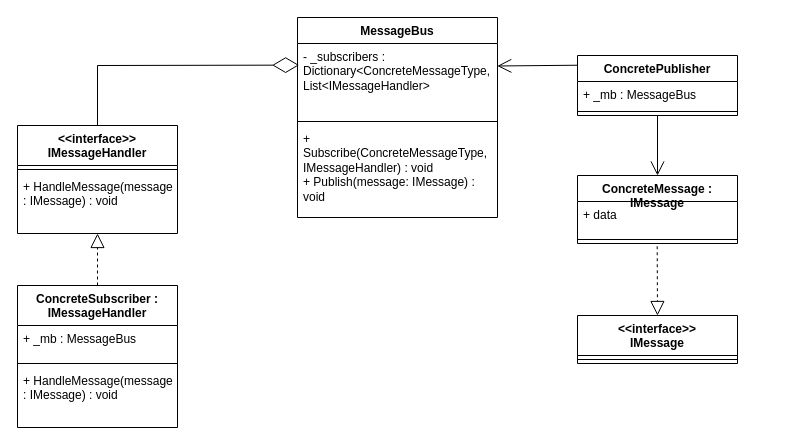
The draw.io diagram page "Generic Class Diagram" (1 of 2) of message_bus_generic_and_examples.drawio in peterma-git/SW4SWD-DesignPatternsAssignment-Group16-message-bus-vs-project, before the edit. Source tidied: cells renumbered, new cells numbered last; positions are measured from the earlier drawing's top-left corner, leaving out a move shared by most shapes. Both pictures are drawn from the tidied source at 100%, with x=0, y=0 at pixel (17, 17).
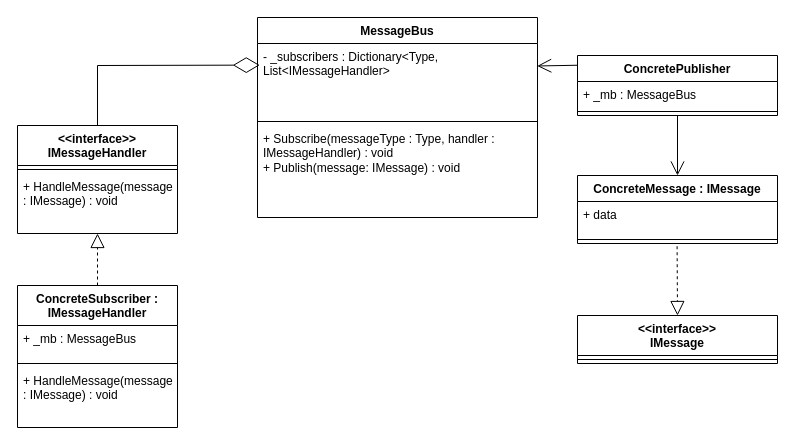
Above is the later version.

Change to the diagram source:
```diff
@@
     <mxCell id="2" value="MessageBus" style="swimlane;fontStyle=1;align=center;verticalAlign=top;horizontal=1;startSize=26;whiteSpace=wrap;html=1;" parent="1" vertex="1">
-      <mxGeometry x="280" width="200" height="200" as="geometry" />
+      <mxGeometry x="240" width="280" height="200" as="geometry" />
     </mxCell>
-    <mxCell id="3" value="- _subscribers : Dictionary&amp;lt;ConcreteMessageType, List&amp;lt;IMessageHandler&amp;gt;&amp;nbsp;" style="text;strokeColor=none;fillColor=none;align=left;verticalAlign=top;spacingLeft=4;spacingRight=4;overflow=hidden;points=[[0,0.5],[1,0.5]];portConstraint=eastwest;whiteSpace=wrap;html=1;" parent="2" vertex="1">
-      <mxGeometry y="26" width="200" height="74" as="geometry" />
+    <mxCell id="3" value="- _subscribers : Dictionary&amp;lt;Type, List&amp;lt;IMessageHandler&amp;gt;&amp;nbsp;" style="text;strokeColor=none;fillColor=none;align=left;verticalAlign=top;spacingLeft=4;spacingRight=4;overflow=hidden;points=[[0,0.5],[1,0.5]];portConstraint=eastwest;whiteSpace=wrap;html=1;" parent="2" vertex="1">
+      <mxGeometry y="26" width="280" height="74" as="geometry" />
     </mxCell>
     <mxCell id="4" style="line;strokeWidth=1;fillColor=none;align=left;verticalAlign=middle;spacingTop=-1;spacingLeft=3;spacingRight=3;labelPosition=right;strokeColor=inherit;labelPerimeter=1;" parent="2" vertex="1">
-      <mxGeometry y="100" width="200" height="8" as="geometry" />
+      <mxGeometry y="100" width="280" height="8" as="geometry" />
     </mxCell>
-    <mxCell id="5" value="&lt;div&gt;+ Subscribe(ConcreteMessageType, IMessageHandler) : void&lt;/div&gt;&lt;div&gt;+ Publish(message: IMessage) : void&lt;/div&gt;" style="text;strokeColor=none;fillColor=none;align=left;verticalAlign=top;spacingLeft=4;spacingRight=4;overflow=hidden;whiteSpace=wrap;html=1;" parent="2" vertex="1">
-      <mxGeometry y="108" width="200" height="92" as="geometry" />
+    <mxCell id="5" value="&lt;div&gt;+ Subscribe(messageType : Type, handler : IMessageHandler) : void&lt;/div&gt;&lt;div&gt;+ Publish(message: IMessage) : void&lt;/div&gt;" style="text;strokeColor=none;fillColor=none;align=left;verticalAlign=top;spacingLeft=4;spacingRight=4;overflow=hidden;whiteSpace=wrap;html=1;" parent="2" vertex="1">
+      <mxGeometry y="108" width="280" height="92" as="geometry" />
     </mxCell>
@@
     <mxCell id="9" value="ConcreteMessage : IMessage" style="swimlane;fontStyle=1;align=center;verticalAlign=top;horizontal=1;startSize=26;whiteSpace=wrap;html=1;" parent="1" vertex="1">
-      <mxGeometry x="560" y="158" width="160" height="68" as="geometry" />
+      <mxGeometry x="560" y="158" width="200" height="68" as="geometry" />
     </mxCell>
     <mxCell id="10" value="&lt;div&gt;&lt;span style=&quot;background-color: transparent; color: light-dark(#000000, var(--ge-light-color, #ffffff));&quot;&gt;+ data&lt;/span&gt;&lt;/div&gt;" style="text;strokeColor=none;fillColor=none;align=left;verticalAlign=top;spacingLeft=4;spacingRight=4;overflow=hidden;whiteSpace=wrap;html=1;" parent="9" vertex="1">
-      <mxGeometry y="26" width="160" height="34" as="geometry" />
+      <mxGeometry y="26" width="200" height="34" as="geometry" />
     </mxCell>
     <mxCell id="11" style="line;strokeWidth=1;fillColor=none;align=left;verticalAlign=middle;spacingTop=-1;spacingLeft=3;spacingRight=3;labelPosition=right;points=[];portConstraint=eastwest;strokeColor=inherit;labelPerimeter=1;" parent="9" vertex="1">
-      <mxGeometry y="60" width="160" height="8" as="geometry" />
+      <mxGeometry y="60" width="200" height="8" as="geometry" />
     </mxCell>
@@
     <mxCell id="17" value="ConcretePublisher" style="swimlane;fontStyle=1;align=center;verticalAlign=top;horizontal=1;startSize=26;whiteSpace=wrap;html=1;" parent="1" vertex="1">
-      <mxGeometry x="560" y="38" width="160" height="60" as="geometry" />
+      <mxGeometry x="560" y="38" width="200" height="60" as="geometry" />
     </mxCell>
     <mxCell id="18" value="+ _mb : MessageBus" style="text;strokeColor=none;fillColor=none;align=left;verticalAlign=top;spacingLeft=4;spacingRight=4;overflow=hidden;whiteSpace=wrap;html=1;" parent="17" vertex="1">
-      <mxGeometry y="26" width="160" height="26" as="geometry" />
+      <mxGeometry y="26" width="200" height="26" as="geometry" />
     </mxCell>
     <mxCell id="19" style="line;strokeWidth=1;fillColor=none;align=left;verticalAlign=middle;spacingTop=-1;spacingLeft=3;spacingRight=3;labelPosition=right;strokeColor=inherit;labelPerimeter=1;" parent="17" vertex="1">
-      <mxGeometry y="52" width="160" height="8" as="geometry" />
+      <mxGeometry y="52" width="200" height="8" as="geometry" />
     </mxCell>
     <mxCell id="20" value="&lt;div&gt;&amp;lt;&amp;lt;interface&amp;gt;&amp;gt;&lt;/div&gt;&lt;div&gt;IMessage&lt;/div&gt;" style="swimlane;fontStyle=1;align=center;verticalAlign=top;horizontal=1;startSize=40;whiteSpace=wrap;html=1;" parent="1" vertex="1">
-      <mxGeometry x="560" y="298" width="160" height="48" as="geometry" />
+      <mxGeometry x="560" y="298" width="200" height="48" as="geometry" />
     </mxCell>
     <mxCell id="21" style="line;strokeWidth=1;fillColor=none;align=left;verticalAlign=middle;spacingTop=-1;spacingLeft=3;spacingRight=3;labelPosition=right;strokeColor=inherit;labelPerimeter=1;" parent="20" vertex="1">
-      <mxGeometry y="40" width="160" height="8" as="geometry" />
+      <mxGeometry y="40" width="200" height="8" as="geometry" />
     </mxCell>
@@
-    <mxCell id="23" style="endArrow=open;endFill=1;endSize=12;html=1;rounded=0;defaultLabelBackgroundColor=page;exitX=0.5;exitY=1;exitDx=0;exitDy=0;" parent="1" edge="1" source="17">
-      <mxGeometry relative="1" as="geometry">
-        <mxPoint x="640" y="158" as="targetPoint" />
-      </mxGeometry>
+    <mxCell id="23" style="endArrow=open;endFill=1;endSize=12;html=1;rounded=0;defaultLabelBackgroundColor=page;exitX=0.5;exitY=1;exitDx=0;exitDy=0;" parent="1" edge="1" source="17" target="9">
+      <mxGeometry relative="1" as="geometry" />
     </mxCell>
```
